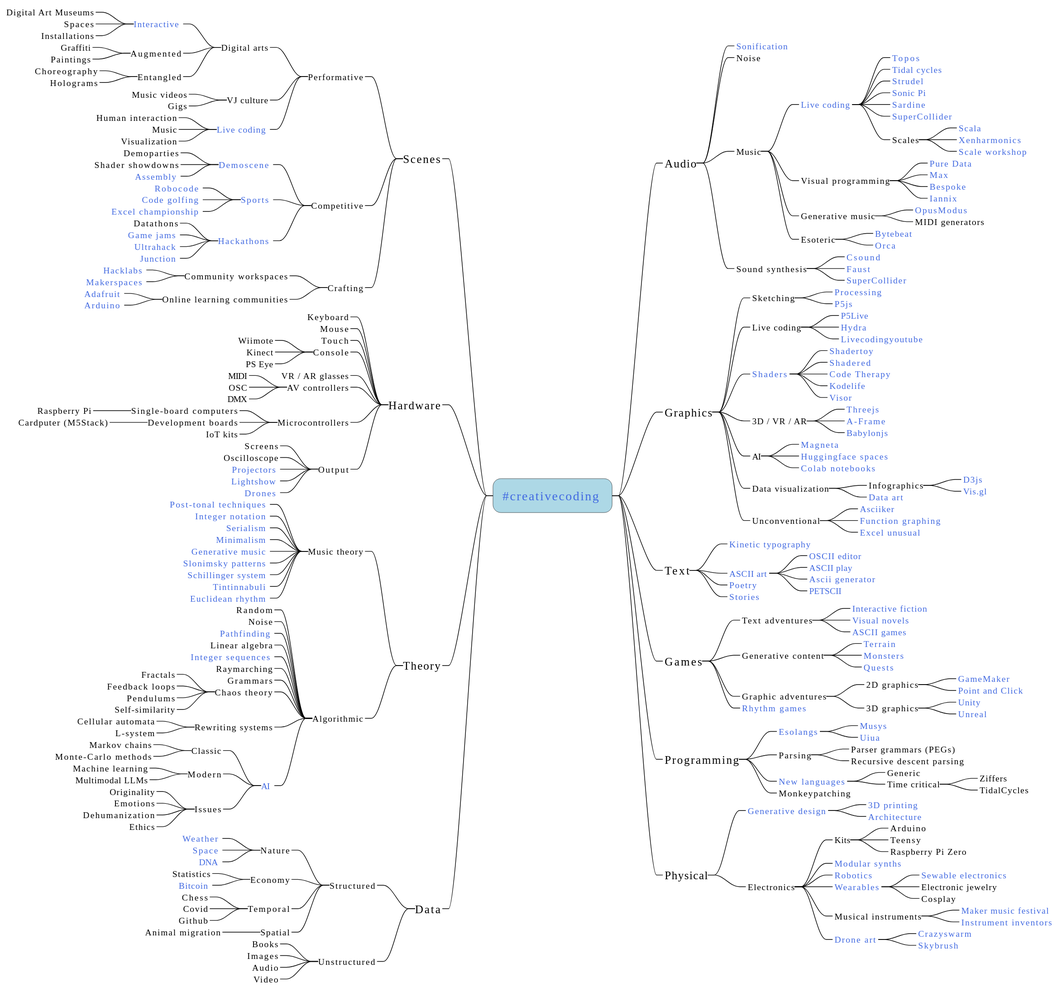
This is out/mindmap/mindmap.svg from amiika/creativecodingmindmap, a PlantUML export, as it was before one commit.
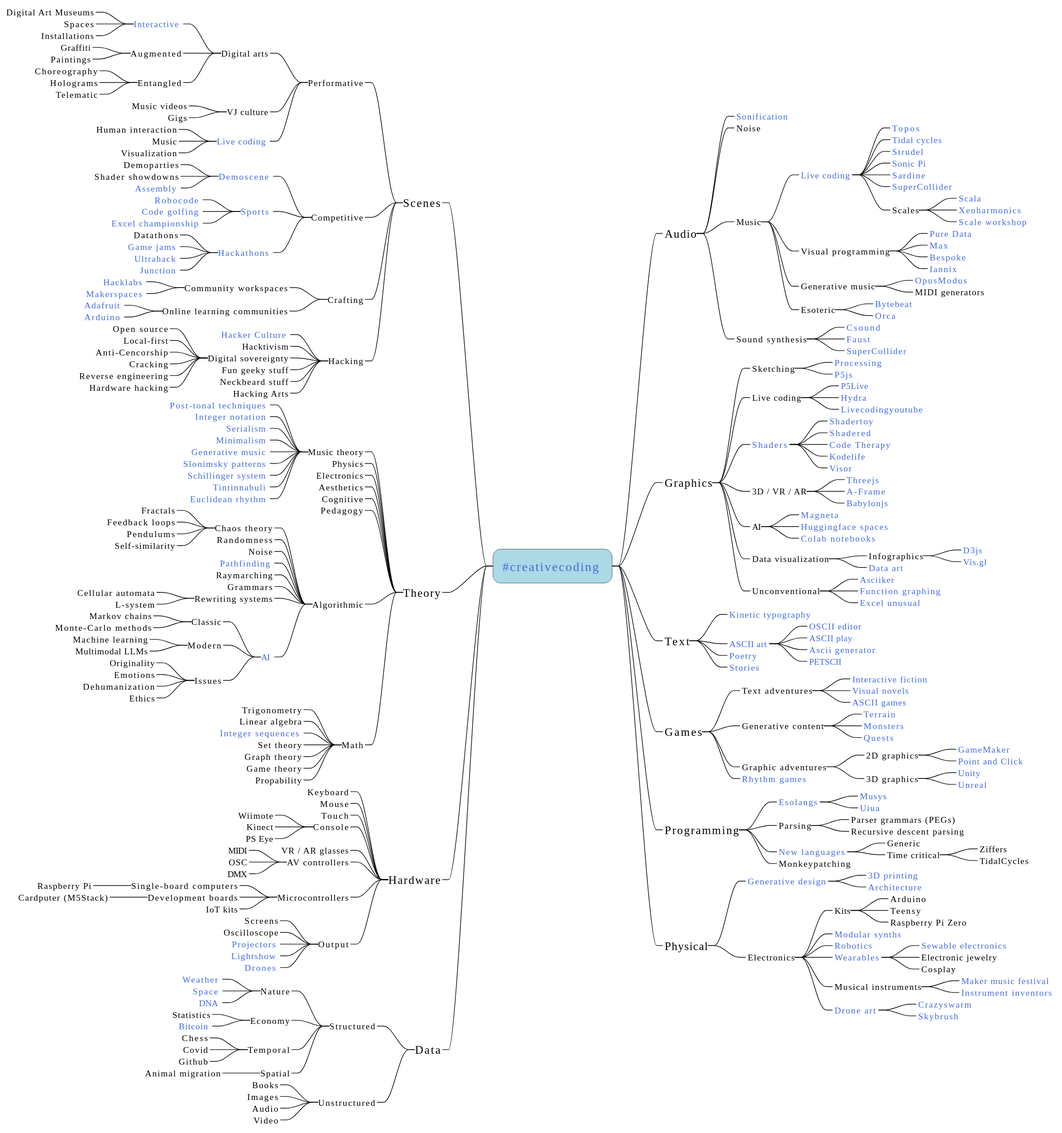
Later version of the same file.

What changed in the source:
```diff
@@ -189,6 +189,7 @@
 -----_ Entangled
 ------_ Choreography
 ------_ Holograms
+------_ Telematic
 
 ----_ VJ culture
 -----_ Music videos
@@ -199,6 +200,7 @@
 -----_ Human interaction
 -----_ Music
 -----_ Visualization
+
 
 ---_ Competitive
 ----_ [[https://github.com/psykon/awesome-demoscene Demoscene]] <<link>>
@@ -222,6 +224,82 @@
 ----_ Online learning communities
 -----_ [[https://forums.adafruit.com/ Adafruit]] <<link>>
 -----_ [[https://forum.arduino.cc/ Arduino]] <<link>>
+
+
+---_ Hacking
+----_ [[https://monoskop.org/Hacker_culture Hacker Culture]] <<link>>
+----_ Hacktivism
+----_ Digital sovereignty
+-----_ Open source
+-----_ Local-first
+-----_ Anti-Cencorship
+-----_ Cracking
+-----_ Reverse engineering
+-----_ Hardware hacking
+----_ Fun geeky stuff
+----_ Neckbeard stuff
+----_ Hacking Arts
+
+
+
+
+--_ Theory
+---_ Music theory
+----_ [[https://viva.pressbooks.pub/openmusictheory/part/20th-and-21st-century-techniques/ Post-tonal techniques]] <<link>>
+----_ [[https://viva.pressbooks.pub/openmusictheory/chapter/intervals-in-integer-notation/ Integer notation]] <<link>>
+----_ [[https://musictheory.pugetsound.edu/mt21c/Serialism.html Serialism]] <<link>>
+----_ [[https://musictheory.pugetsound.edu/mt21c/Minimalism.html Minimalism]] <<link>>
+----_ [[https://en.wikipedia.org/wiki/Generative_music Generative music]] <<link>>
+----_ [[https://atchai.com/blog/2016-02-09-john-coltrane-nicolas-slonimsky-and-the-arduino-part-1/ Slonimsky patterns]] <<link>>
+----_ [[https://en.wikipedia.org/wiki/Schillinger_system Schillinger system]] <<link>>
+----_ [[https://en.wikipedia.org/wiki/Tintinnabuli Tintinnabuli]] <<link>>
+----_ [[http://cgm.cs.mcgill.ca/~godfried/publications/banff.pdf Euclidean rhythm]] <<link>>
+
+
+---_ Physics
+---_ Electronics
+---_ Aesthetics
+---_ Cognitive
+---_ Pedagogy
+
+
+---_ Algorithmic
+----_ Chaos theory
+-----_ Fractals
+-----_ Feedback loops
+-----_ Pendulums
+-----_ Self-similarity
+----_ Randomness
+----_ Noise
+----_ [[https://en.m.wikipedia.org/wiki/A*_search_algorithm Pathfinding]] <<link>>
+----_ Raymarching
+----_ Grammars
+----_ Rewriting systems
+-----_ Cellular automata
+-----_ L-system
+----_ [[https://theresanaiforthat.com/ AI]] <<link>>
+-----_ Classic
+------_ Markov chains
+------_ Monte-Carlo methods
+-----_ Modern
+------_ Machine learning
+------_ Multimodal LLMs
+-----_ Issues
+------_ Originality
+------_ Emotions
+------_ Dehumanization
+------_ Ethics
+
+
+---_ Math
+----_ Trigonometry
+----_ Linear algebra
+----_ [[https://oeis.org Integer sequences]] <<link>>
+----_ Set theory
+----_ Graph theory
+----_ Game theory
+----_ Propability
+
 
 --_ Hardware
 ---_ Keyboard
@@ -249,46 +327,6 @@
 ----_ [[https://github.com/topics/lightshow Lightshow]] <<link>>
 ----_ [[https://github.com/topics/drone Drones]] <<link>>
 
---_ Theory
----_ Music theory
-----_ [[https://viva.pressbooks.pub/openmusictheory/part/20th-and-21st-century-techniques/ Post-tonal techniques]] <<link>>
-----_ [[https://viva.pressbooks.pub/openmusictheory/chapter/intervals-in-integer-notation/ Integer notation]] <<link>>
-----_ [[https://musictheory.pugetsound.edu/mt21c/Serialism.html Serialism]] <<link>>
-----_ [[https://musictheory.pugetsound.edu/mt21c/Minimalism.html Minimalism]] <<link>>
-----_ [[https://en.wikipedia.org/wiki/Generative_music Generative music]] <<link>>
-----_ [[https://atchai.com/blog/2016-02-09-john-coltrane-nicolas-slonimsky-and-the-arduino-part-1/ Slonimsky patterns]] <<link>>
-----_ [[https://en.wikipedia.org/wiki/Schillinger_system Schillinger system]] <<link>>
-----_ [[https://en.wikipedia.org/wiki/Tintinnabuli Tintinnabuli]] <<link>>
-----_ [[http://cgm.cs.mcgill.ca/~godfried/publications/banff.pdf Euclidean rhythm]] <<link>>
----_ Algorithmic
-----_ Random
-----_ Noise
-----_ [[https://en.m.wikipedia.org/wiki/A*_search_algorithm Pathfinding]] <<link>>
-----_ Linear algebra
-----_ [[https://oeis.org Integer sequences]] <<link>>
-----_ Raymarching
-----_ Grammars
-----_ Chaos theory
------_ Fractals
------_ Feedback loops
------_ Pendulums
------_ Self-similarity
-----_ Rewriting systems
------_ Cellular automata
------_ L-system
-----_ [[https://theresanaiforthat.com/ AI]] <<link>>
------_ Classic
-------_ Markov chains
-------_ Monte-Carlo methods
------_ Modern
-------_ Machine learning
-------_ Multimodal LLMs
------_ Issues
-------_ Originality
-------_ Emotions
-------_ Dehumanization
-------_ Ethics
-
 --_ Data
 ---_ Structured
 ----_ Nature
```
